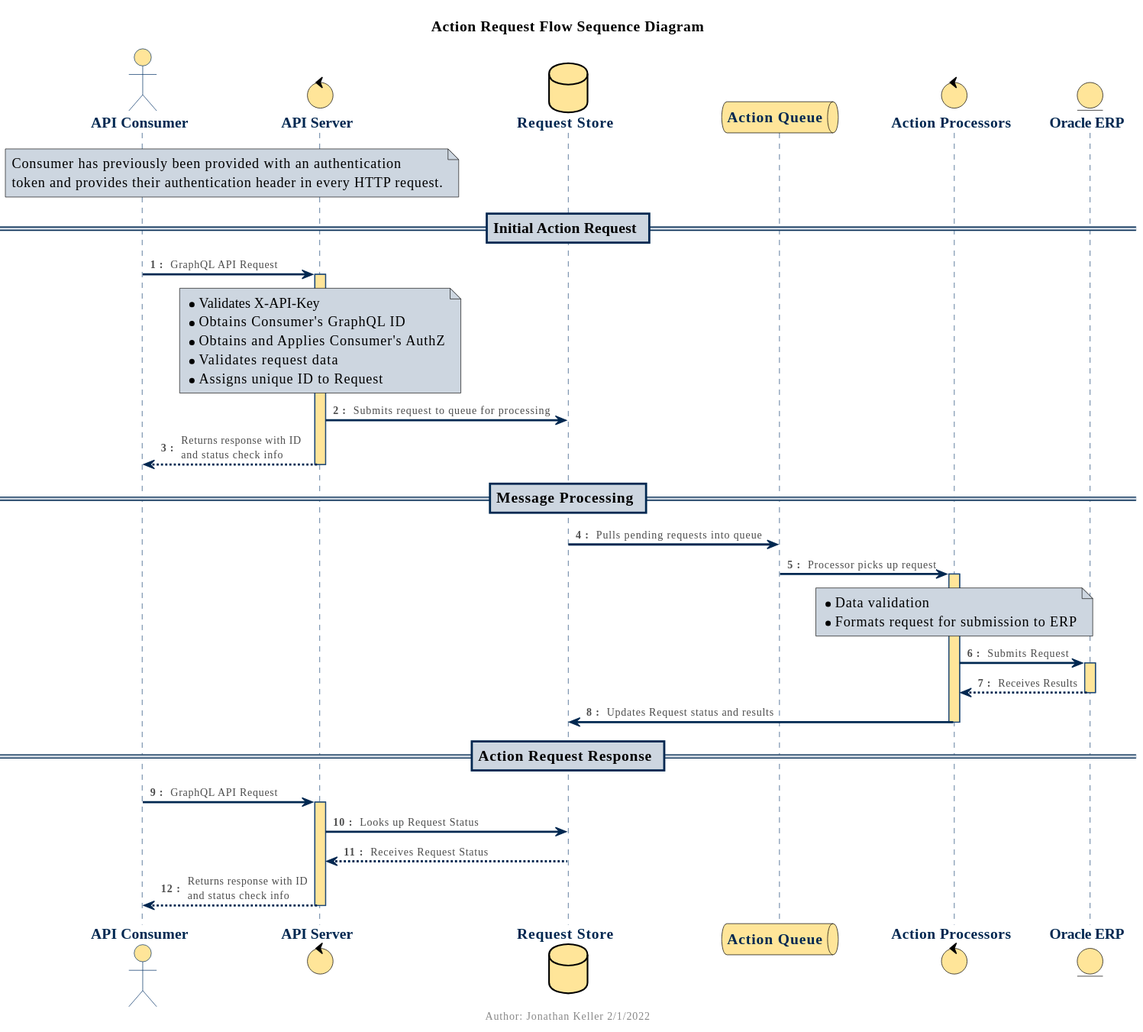
This is docs/3.2 Oracle ERP Data Server/action-request-flow-summary.svg from ucdavis-adminit/erp-api-docs, a PlantUML export, as it was before one commit. The source it was exported from:
```plantuml
@startuml action-request-flow

!include ucd_style.iuml

title Action Request Flow Sequence Diagram
center footer Author: Jonathan Keller 2/1/2022

actor    "API Consumer"        as Consumer
control  "API Server"          as dataserver
database "Request Store"       as db
queue    "Action Queue"        as kafka
control  "Action Processors"   as processor
entity   "Oracle ERP"          as erp

note over Consumer, dataserver
  Consumer has previously been provided with an authentication
  token and provides their authentication header in every HTTP request.
end note
== Initial Action Request ==

autonumber 1 1 "<b>## : </b>"
Consumer -> dataserver ++ : GraphQL API Request
note over dataserver
  * Validates X-API-Key
  * Obtains Consumer's GraphQL ID
  * Obtains and Applies Consumer's AuthZ
  * Validates request data
  * Assigns unique ID to Request
end note
dataserver -> db : Submits request to queue for processing
dataserver --> Consumer -- : Returns response with ID\nand status check info

== Message Processing ==

db -> kafka : Pulls pending requests into queue
  kafka -> processor ++ : Processor picks up request
  note over processor
    * Data validation
    * Formats request for submission to ERP
  end note
  processor -> erp ++ : Submits Request
  erp --> processor -- : Receives Results
  processor -> db -- : Updates Request status and results

== Action Request Response ==

  Consumer -> dataserver ++ : GraphQL API Request

  dataserver -> db : Looks up Request Status
  db --> dataserver : Receives Request Status

  dataserver --> Consumer -- : Returns response with ID\nand status check info

@enduml
```
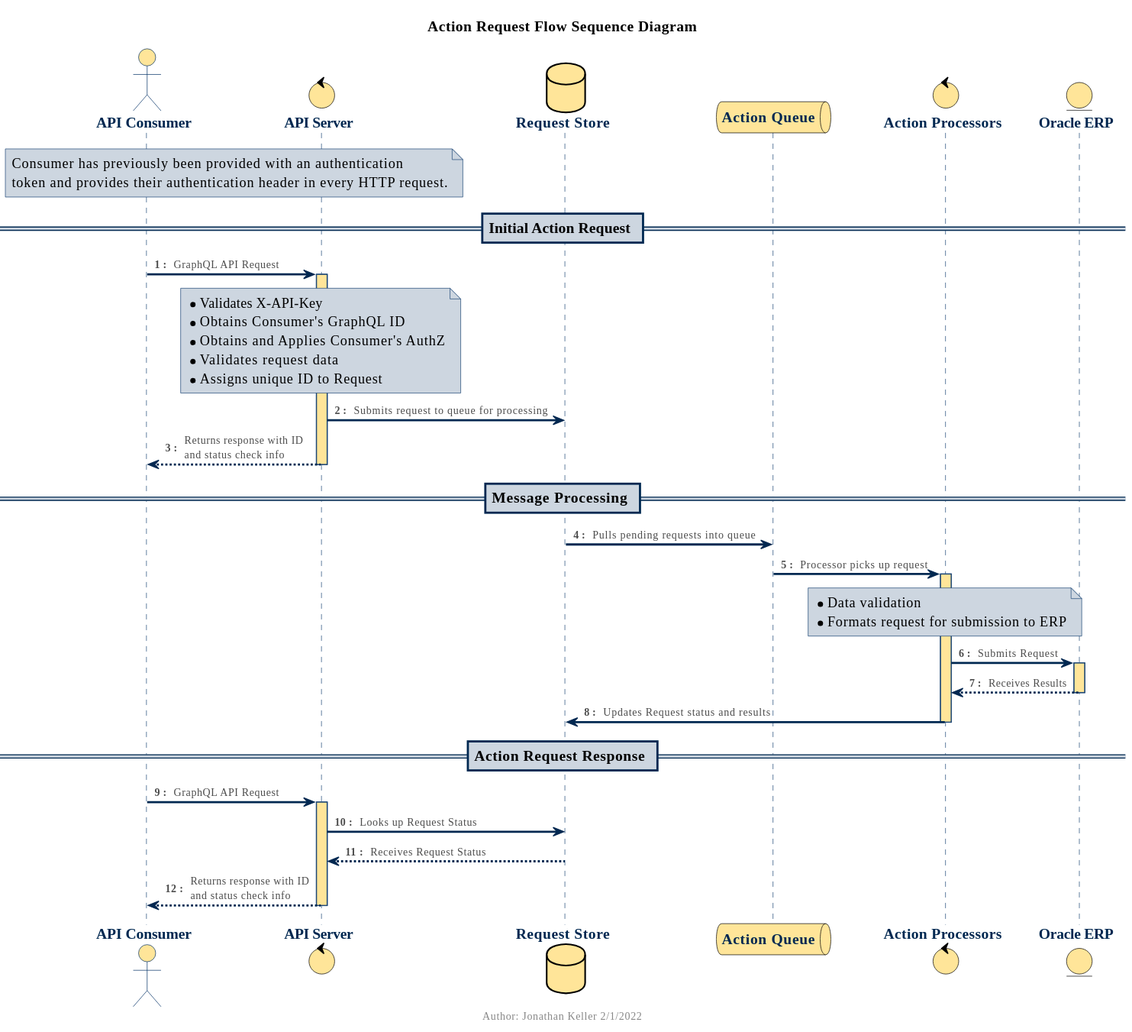
Later version of the same file.

The edit, as a diff of the source:
```diff
@@ -1,5 +1,4 @@
-@startuml action-request-flow
-
+@startuml
 !include ucd_style.iuml
 
 title Action Request Flow Sequence Diagram
@@ -50,5 +49,4 @@
   db --> dataserver : Receives Request Status
 
   dataserver --> Consumer -- : Returns response with ID\nand status check info
-
 @enduml
```
